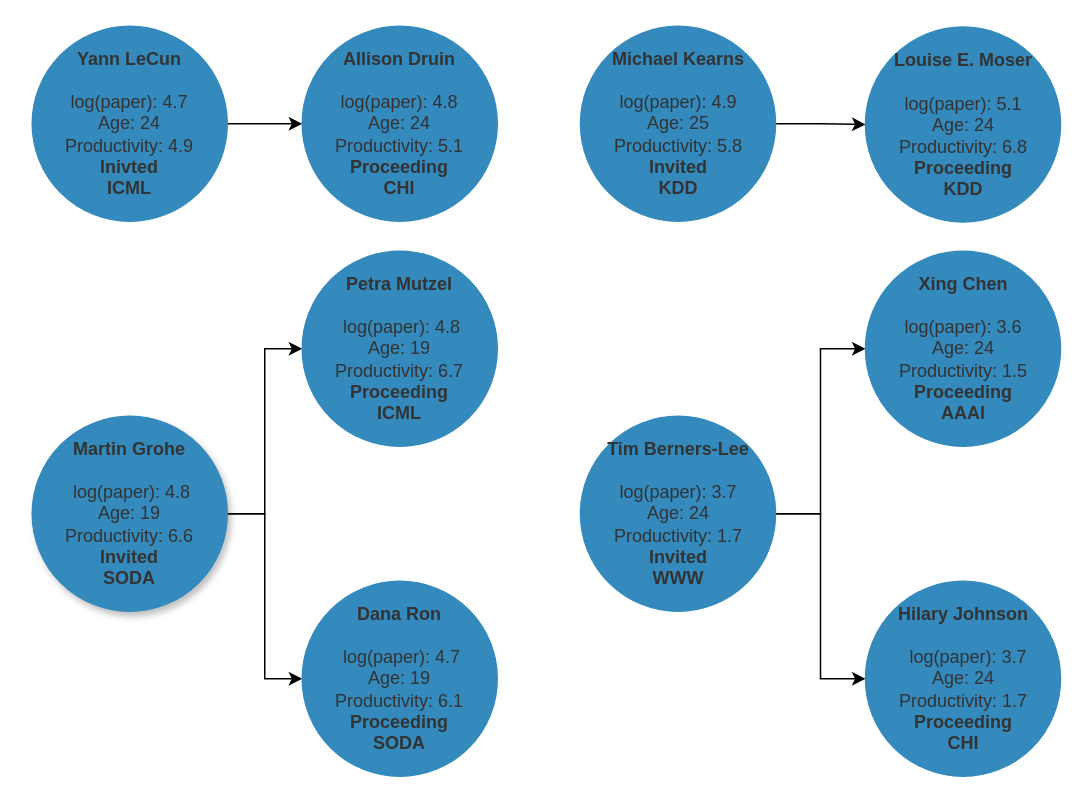
Before: Similarity.drawio in mariespedersen/Thesis_github, a draw.io diagram. Source tidied: cells renumbered, new cells numbered last; positions are measured from the earlier drawing's top-left corner, leaving out a move shared by most shapes. Both pictures are drawn from the tidied source at 150%, with x=0, y=0 at pixel (32, 26).
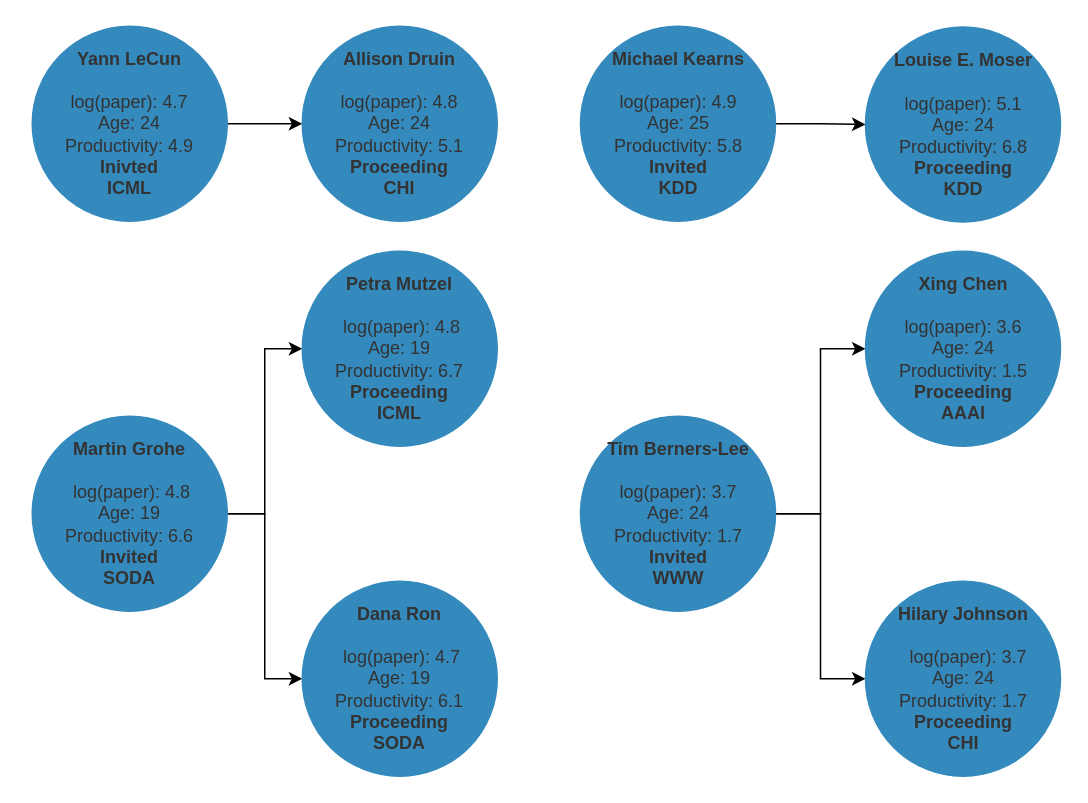
The same diagram, later.

The edit, as a diff of the source:
```diff
@@
 <mxGraphModel>
   <root>
     <mxCell id="0" />
     <mxCell id="1" parent="0" />
     <mxCell id="2" style="edgeStyle=orthogonalEdgeStyle;rounded=0;jettySize=auto;html=1;entryX=0;entryY=0.5;entryDx=0;entryDy=0;labelBackgroundColor=none;strokeColor=#000000;fontColor=#333333;" parent="1" edge="1" source="3" target="4">
       <mxGeometry relative="1" as="geometry" />
     </mxCell>
     <mxCell id="3" value="&lt;b&gt;Yann LeCun&lt;/b&gt;&lt;br&gt;&lt;br&gt;&lt;font&gt;log(paper): 4.7&lt;br&gt;Age: 24&lt;br&gt;Productivity: 4.9&lt;/font&gt;&lt;br&gt;&lt;b&gt;Inivted&lt;br&gt;ICML&lt;/b&gt;" style="ellipse;whiteSpace=wrap;html=1;labelBackgroundColor=none;fillColor=#348ABD;strokeColor=#348abd;fontColor=#333333;gradientColor=none;" parent="1" vertex="1">
       <mxGeometry width="130" height="130" as="geometry" />
     </mxCell>
     <mxCell id="4" value="&lt;b&gt;Allison Druin&lt;/b&gt;&lt;br&gt;&lt;br&gt;&lt;font&gt;log(paper): 4.8&lt;br&gt;Age: 24&lt;br&gt;Productivity: 5.1&lt;/font&gt;&lt;br&gt;&lt;b&gt;Proceeding&lt;br&gt;CHI&lt;/b&gt;" style="ellipse;whiteSpace=wrap;html=1;labelBackgroundColor=none;fillColor=#348ABD;strokeColor=#348abd;fontColor=#333333;gradientColor=none;" parent="1" vertex="1">
       <mxGeometry x="180" width="130" height="130" as="geometry" />
     </mxCell>
     <mxCell id="5" style="edgeStyle=orthogonalEdgeStyle;rounded=0;jettySize=auto;html=1;labelBackgroundColor=none;strokeColor=#000000;fontColor=#333333;" parent="1" edge="1" source="6" target="7">
       <mxGeometry relative="1" as="geometry" />
     </mxCell>
     <mxCell id="6" value="&lt;b&gt;Michael Kearns&lt;/b&gt;&lt;br&gt;&lt;br&gt;log(paper): 4.9&lt;br&gt;Age: 25&lt;br&gt;Productivity: 5.8&lt;br&gt;&lt;b&gt;Invited&lt;br&gt;KDD&lt;/b&gt;" style="ellipse;whiteSpace=wrap;html=1;labelBackgroundColor=none;fillColor=#348ABD;strokeColor=#348abd;fontColor=#333333;gradientColor=none;" parent="1" vertex="1">
       <mxGeometry x="365.5" width="130" height="130" as="geometry" />
     </mxCell>
     <mxCell id="7" value="&lt;b&gt;Louise E. Moser&lt;/b&gt;&lt;br&gt;&lt;br&gt;log(paper): 5.1&lt;br&gt;Age: 24&lt;br&gt;Productivity: 6.8&lt;br&gt;&lt;b&gt;Proceeding&lt;br&gt;KDD&lt;/b&gt;" style="ellipse;whiteSpace=wrap;html=1;labelBackgroundColor=none;fillColor=#348ABD;strokeColor=#348abd;fontColor=#333333;gradientColor=none;" parent="1" vertex="1">
       <mxGeometry x="555.5" y="0.5" width="130" height="130" as="geometry" />
     </mxCell>
     <mxCell id="8" style="edgeStyle=orthogonalEdgeStyle;rounded=0;jettySize=auto;html=1;entryX=0;entryY=0.5;entryDx=0;entryDy=0;labelBackgroundColor=none;strokeColor=#000000;fontColor=#333333;" parent="1" edge="1" source="10" target="11">
       <mxGeometry relative="1" as="geometry" />
     </mxCell>
     <mxCell id="9" style="edgeStyle=orthogonalEdgeStyle;rounded=0;jettySize=auto;html=1;exitX=1;exitY=0.5;exitDx=0;exitDy=0;entryX=0;entryY=0.5;entryDx=0;entryDy=0;labelBackgroundColor=none;strokeColor=#000000;fontColor=#333333;" parent="1" edge="1" source="10" target="12">
       <mxGeometry relative="1" as="geometry" />
     </mxCell>
-    <mxCell id="10" value="&lt;b&gt;Martin Grohe&lt;br&gt;&lt;/b&gt;&lt;br&gt;&amp;nbsp;log(paper): 4.8&lt;br&gt;Age: 19&lt;br&gt;Productivity: 6.6&lt;br&gt;&lt;b&gt;Invited&lt;br&gt;SODA&lt;/b&gt;" style="ellipse;whiteSpace=wrap;html=1;labelBackgroundColor=none;fillColor=#348ABD;strokeColor=#348abd;fontColor=#333333;shadow=1;gradientColor=none;" parent="1" vertex="1">
+    <mxCell id="10" value="&lt;b&gt;Martin Grohe&lt;br&gt;&lt;/b&gt;&lt;br&gt;&amp;nbsp;log(paper): 4.8&lt;br&gt;Age: 19&lt;br&gt;Productivity: 6.6&lt;br&gt;&lt;b&gt;Invited&lt;br&gt;SODA&lt;/b&gt;" style="ellipse;whiteSpace=wrap;html=1;labelBackgroundColor=none;fillColor=#348ABD;strokeColor=#348abd;fontColor=#333333;shadow=0;gradientColor=none;" parent="1" vertex="1">
       <mxGeometry y="260" width="130" height="130" as="geometry" />
     </mxCell>
     <mxCell id="11" value="&lt;b&gt;Petra Mutzel&lt;br&gt;&lt;/b&gt;&lt;br&gt;&amp;nbsp;log(paper): 4.8&lt;br&gt;Age: 19&lt;br&gt;Productivity: 6.7&lt;br&gt;&lt;b&gt;Proceeding&lt;br&gt;ICML&lt;/b&gt;" style="ellipse;whiteSpace=wrap;html=1;labelBackgroundColor=none;fillColor=#348ABD;strokeColor=#348abd;fontColor=#333333;gradientColor=none;" parent="1" vertex="1">
       <mxGeometry x="180" y="150" width="130" height="130" as="geometry" />
     </mxCell>
     <mxCell id="12" value="&lt;b&gt;Dana Ron&lt;/b&gt;&lt;br&gt;&lt;br&gt;&amp;nbsp;log(paper): 4.7&lt;br&gt;Age: 19&lt;br&gt;Productivity: 6.1&lt;br&gt;&lt;b&gt;Proceeding&lt;br&gt;SODA&lt;/b&gt;" style="ellipse;whiteSpace=wrap;html=1;labelBackgroundColor=none;fillColor=#348ABD;strokeColor=#348abd;fontColor=#333333;gradientColor=none;" parent="1" vertex="1">
       <mxGeometry x="180" y="370" width="130" height="130" as="geometry" />
     </mxCell>
     <mxCell id="13" style="edgeStyle=orthogonalEdgeStyle;rounded=0;jettySize=auto;html=1;labelBackgroundColor=none;strokeColor=#000000;fontColor=#333333;" parent="1" edge="1" source="15" target="16">
       <mxGeometry relative="1" as="geometry" />
     </mxCell>
     <mxCell id="14" style="edgeStyle=orthogonalEdgeStyle;rounded=0;jettySize=auto;html=1;entryX=0;entryY=0.5;entryDx=0;entryDy=0;labelBackgroundColor=none;strokeColor=#000000;fontColor=#333333;" parent="1" edge="1" source="15" target="17">
       <mxGeometry relative="1" as="geometry" />
     </mxCell>
     <mxCell id="15" value="&lt;b&gt;Tim Berners-Lee &lt;br&gt;&lt;/b&gt;&lt;br&gt;log(paper): 3.7&lt;br&gt;Age: 24&lt;br&gt;Productivity: 1.7&lt;br&gt;&lt;b&gt;Invited&lt;br&gt;WWW&lt;/b&gt;" style="ellipse;whiteSpace=wrap;html=1;labelBackgroundColor=none;fillColor=#348ABD;strokeColor=#348abd;fontColor=#333333;gradientColor=none;" parent="1" vertex="1">
       <mxGeometry x="365.5" y="260" width="130" height="130" as="geometry" />
     </mxCell>
     <mxCell id="16" value="&lt;b&gt;Hilary Johnson&lt;br&gt;&lt;br&gt;&amp;nbsp;&amp;nbsp;&lt;/b&gt;log(paper): 3.7&lt;br&gt;Age: 24&lt;br&gt;Productivity: 1.7&lt;br&gt;&lt;b&gt;Proceeding&lt;br&gt;CHI&lt;/b&gt;" style="ellipse;whiteSpace=wrap;html=1;labelBackgroundColor=none;fillColor=#348ABD;strokeColor=#348abd;fontColor=#333333;gradientColor=none;" parent="1" vertex="1">
       <mxGeometry x="555.5" y="370" width="130" height="130" as="geometry" />
     </mxCell>
     <mxCell id="17" value="&lt;b&gt;Xing Chen &lt;br&gt;&lt;/b&gt;&lt;br&gt;log(paper): 3.6&lt;br&gt;Age: 24&lt;br&gt;Productivity: 1.5&lt;br&gt;&lt;b&gt;Proceeding&lt;br&gt;AAAI&lt;/b&gt;" style="ellipse;whiteSpace=wrap;html=1;labelBackgroundColor=none;fillColor=#348ABD;strokeColor=#348abd;fontColor=#333333;gradientColor=none;" parent="1" vertex="1">
       <mxGeometry x="555.5" y="150" width="130" height="130" as="geometry" />
     </mxCell>
   </root>
 </mxGraphModel>
```
